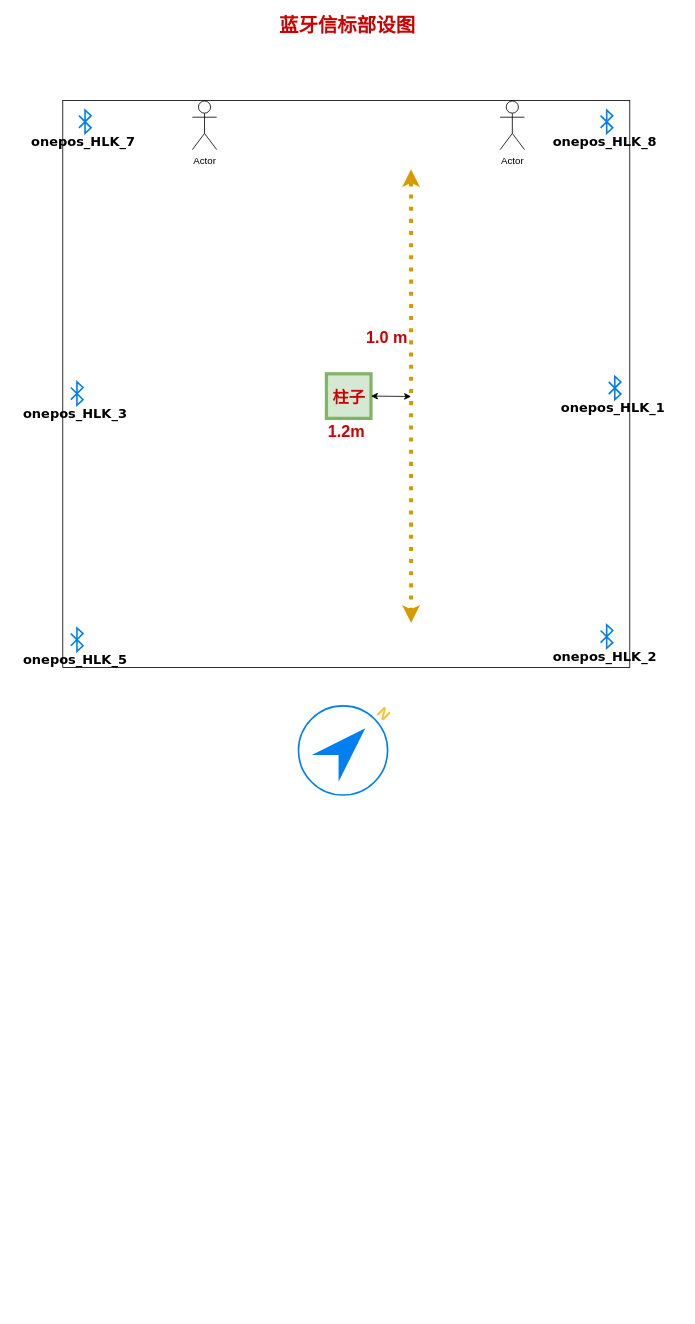
Joiner12/Position keeps this draw.io diagram as page "第 3 页" (3 of 3) of TotalStation/轨迹图.drawio. Above is the earlier version. Source tidied: cells renumbered, new cells numbered last; positions are measured from the earlier drawing's top-left corner, leaving out a move shared by most shapes. Both pictures are drawn from the tidied source at 81%, with x=0, y=0 at pixel (14, 17).
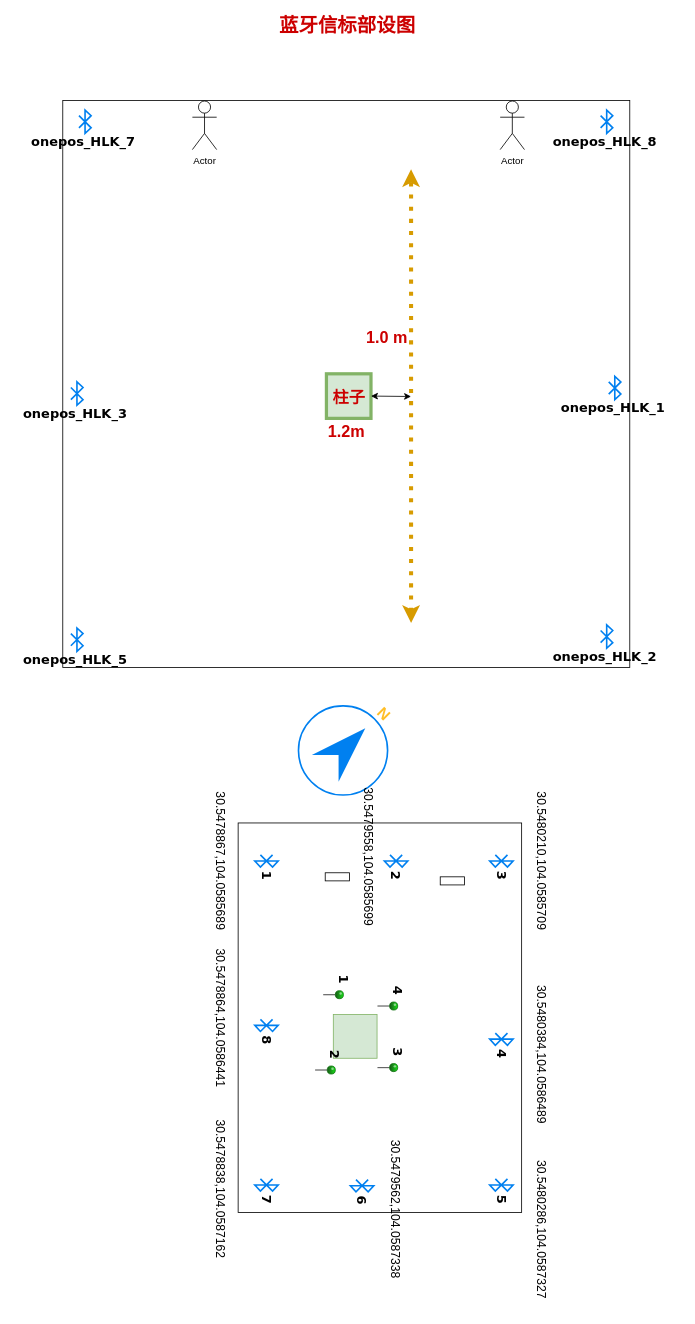
The same page after the edit.

Diff of the diagram source:
```diff
@@
+    <mxCell id="39" style="group;rotation=90;" parent="1" vertex="1">
+      <mxGeometry x="127" y="1060" width="654" height="416" as="geometry" />
+    </mxCell>
+    <mxCell id="40" style="rounded=0;whiteSpace=wrap;html=1;fontFamily=Verdana;fontSize=16;rotation=90;" parent="39" vertex="1">
+      <mxGeometry x="84" width="481" height="350" as="geometry" />
+    </mxCell>
+    <mxCell id="41" style="group;rotation=90;" parent="39" vertex="1">
+      <mxGeometry x="455" y="380" width="40" height="28.8" as="geometry" />
+    </mxCell>
+    <mxCell id="42" style="html=1;verticalLabelPosition=bottom;align=center;labelBackgroundColor=#ffffff;verticalAlign=top;strokeWidth=2;strokeColor=#0080F0;shadow=0;dashed=0;shape=mxgraph.ios7.icons.bluetooth;fontSize=14;fontStyle=1;fontFamily=Verdana;rotation=90;" parent="41" vertex="1">
+      <mxGeometry x="12" y="-13" width="15" height="28.8" as="geometry" />
+    </mxCell>
+    <mxCell id="43" value="5" style="text;html=1;align=center;verticalAlign=middle;fontSize=16;fontStyle=1;fontFamily=Verdana;rotation=90;" parent="41" vertex="1">
+      <mxGeometry x="5" y="9" width="30" height="20" as="geometry" />
+    </mxCell>
+    <mxCell id="44" style="group;rotation=90;" parent="39" vertex="1">
+      <mxGeometry x="455" y="200" width="40" height="28.8" as="geometry" />
+    </mxCell>
+    <mxCell id="45" style="html=1;verticalLabelPosition=bottom;align=center;labelBackgroundColor=#ffffff;verticalAlign=top;strokeWidth=2;strokeColor=#0080F0;shadow=0;dashed=0;shape=mxgraph.ios7.icons.bluetooth;fontSize=14;fontStyle=1;fontFamily=Verdana;rotation=90;" parent="44" vertex="1">
+      <mxGeometry x="12" y="-13" width="15" height="28.8" as="geometry" />
+    </mxCell>
+    <mxCell id="46" value="4" style="text;html=1;align=center;verticalAlign=middle;fontSize=16;fontStyle=1;fontFamily=Verdana;rotation=90;" parent="44" vertex="1">
+      <mxGeometry x="5" y="9" width="30" height="20" as="geometry" />
+    </mxCell>
+    <mxCell id="47" style="group;rotation=90;" parent="39" vertex="1">
+      <mxGeometry x="455" y="-20" width="40" height="28.8" as="geometry" />
+    </mxCell>
+    <mxCell id="48" style="html=1;verticalLabelPosition=bottom;align=center;labelBackgroundColor=#ffffff;verticalAlign=top;strokeWidth=2;strokeColor=#0080F0;shadow=0;dashed=0;shape=mxgraph.ios7.icons.bluetooth;fontSize=14;fontStyle=1;fontFamily=Verdana;rotation=90;" parent="47" vertex="1">
+      <mxGeometry x="12" y="-13" width="15" height="28.8" as="geometry" />
+    </mxCell>
+    <mxCell id="49" value="3" style="text;html=1;align=center;verticalAlign=middle;fontSize=16;fontStyle=1;fontFamily=Verdana;rotation=90;" parent="47" vertex="1">
+      <mxGeometry x="5" y="9" width="30" height="20" as="geometry" />
+    </mxCell>
+    <mxCell id="50" style="group;rotation=90;" parent="39" vertex="1">
+      <mxGeometry x="325" y="-20" width="40" height="28.8" as="geometry" />
+    </mxCell>
+    <mxCell id="51" style="html=1;verticalLabelPosition=bottom;align=center;labelBackgroundColor=#ffffff;verticalAlign=top;strokeWidth=2;strokeColor=#0080F0;shadow=0;dashed=0;shape=mxgraph.ios7.icons.bluetooth;fontSize=14;fontStyle=1;fontFamily=Verdana;rotation=90;" parent="50" vertex="1">
+      <mxGeometry x="12" y="-13" width="15" height="28.8" as="geometry" />
+    </mxCell>
+    <mxCell id="52" value="2" style="text;html=1;align=center;verticalAlign=middle;fontSize=16;fontStyle=1;fontFamily=Verdana;rotation=90;" parent="50" vertex="1">
+      <mxGeometry x="5" y="9" width="30" height="20" as="geometry" />
+    </mxCell>
+    <mxCell id="53" style="group;rotation=90;" parent="39" vertex="1">
+      <mxGeometry x="165" y="-20" width="40" height="28.8" as="geometry" />
+    </mxCell>
+    <mxCell id="54" style="html=1;verticalLabelPosition=bottom;align=center;labelBackgroundColor=#ffffff;verticalAlign=top;strokeWidth=2;strokeColor=#0080F0;shadow=0;dashed=0;shape=mxgraph.ios7.icons.bluetooth;fontSize=14;fontStyle=1;fontFamily=Verdana;rotation=90;" parent="53" vertex="1">
+      <mxGeometry x="12" y="-13" width="15" height="28.8" as="geometry" />
+    </mxCell>
+    <mxCell id="55" value="1" style="text;html=1;align=center;verticalAlign=middle;fontSize=16;fontStyle=1;fontFamily=Verdana;rotation=90;" parent="53" vertex="1">
+      <mxGeometry x="5" y="9" width="30" height="20" as="geometry" />
+    </mxCell>
+    <mxCell id="56" style="group;rotation=90;" parent="39" vertex="1">
+      <mxGeometry x="165" y="183" width="40" height="28.8" as="geometry" />
+    </mxCell>
+    <mxCell id="57" style="html=1;verticalLabelPosition=bottom;align=center;labelBackgroundColor=#ffffff;verticalAlign=top;strokeWidth=2;strokeColor=#0080F0;shadow=0;dashed=0;shape=mxgraph.ios7.icons.bluetooth;fontSize=14;fontStyle=1;fontFamily=Verdana;rotation=90;" parent="56" vertex="1">
+      <mxGeometry x="12" y="-13" width="15" height="28.8" as="geometry" />
+    </mxCell>
+    <mxCell id="58" value="8" style="text;html=1;align=center;verticalAlign=middle;fontSize=16;fontStyle=1;fontFamily=Verdana;rotation=90;" parent="56" vertex="1">
+      <mxGeometry x="5" y="9" width="30" height="20" as="geometry" />
+    </mxCell>
+    <mxCell id="59" style="group;rotation=90;" parent="39" vertex="1">
+      <mxGeometry x="165" y="380" width="40" height="28.8" as="geometry" />
+    </mxCell>
+    <mxCell id="60" style="html=1;verticalLabelPosition=bottom;align=center;labelBackgroundColor=#ffffff;verticalAlign=top;strokeWidth=2;strokeColor=#0080F0;shadow=0;dashed=0;shape=mxgraph.ios7.icons.bluetooth;fontSize=14;fontStyle=1;fontFamily=Verdana;rotation=90;" parent="59" vertex="1">
+      <mxGeometry x="12" y="-13" width="15" height="28.8" as="geometry" />
+    </mxCell>
+    <mxCell id="61" value="7" style="text;html=1;align=center;verticalAlign=middle;fontSize=16;fontStyle=1;fontFamily=Verdana;rotation=90;" parent="59" vertex="1">
+      <mxGeometry x="5" y="9" width="30" height="20" as="geometry" />
+    </mxCell>
+    <mxCell id="62" style="group;rotation=90;" parent="39" vertex="1">
+      <mxGeometry x="283" y="381" width="40" height="28.8" as="geometry" />
+    </mxCell>
+    <mxCell id="63" style="html=1;verticalLabelPosition=bottom;align=center;labelBackgroundColor=#ffffff;verticalAlign=top;strokeWidth=2;strokeColor=#0080F0;shadow=0;dashed=0;shape=mxgraph.ios7.icons.bluetooth;fontSize=14;fontStyle=1;fontFamily=Verdana;rotation=90;" parent="62" vertex="1">
+      <mxGeometry x="12" y="-13" width="15" height="28.8" as="geometry" />
+    </mxCell>
+    <mxCell id="64" value="6" style="text;html=1;align=center;verticalAlign=middle;fontSize=16;fontStyle=1;fontFamily=Verdana;rotation=90;" parent="62" vertex="1">
+      <mxGeometry x="5" y="9" width="30" height="20" as="geometry" />
+    </mxCell>
+    <mxCell id="65" style="whiteSpace=wrap;html=1;fillColor=#d5e8d4;fontFamily=Verdana;fontSize=16;strokeColor=#82b366;rotation=90;" parent="39" vertex="1">
+      <mxGeometry x="267" y="171" width="54" height="54" as="geometry" />
+    </mxCell>
+    <mxCell id="66" style="group;rotation=90;" parent="39" vertex="1">
+      <mxGeometry x="252" y="114" width="40" height="35" as="geometry" />
+    </mxCell>
+    <mxCell id="67" style="verticalLabelPosition=top;html=1;shadow=0;dashed=0;verticalAlign=bottom;strokeWidth=1;shape=mxgraph.ios.iPin;fillColor2=#00dd00;fillColor3=#004400;strokeColor=#006600;fillColor=#ffffff;fontFamily=Verdana;fontSize=16;rotation=90;" parent="66" vertex="1">
+      <mxGeometry x="10" y="20" width="10" height="25" as="geometry" />
+    </mxCell>
+    <mxCell id="68" value="1" style="text;html=1;align=center;verticalAlign=middle;fontSize=16;fontFamily=Verdana;fontStyle=1;rotation=90;" parent="66" vertex="1">
+      <mxGeometry x="13" y="3" width="30" height="20" as="geometry" />
+    </mxCell>
+    <mxCell id="69" style="group;rotation=90;" parent="39" vertex="1">
+      <mxGeometry x="319" y="128" width="40" height="35" as="geometry" />
+    </mxCell>
+    <mxCell id="70" style="verticalLabelPosition=top;html=1;shadow=0;dashed=0;verticalAlign=bottom;strokeWidth=1;shape=mxgraph.ios.iPin;fillColor2=#00dd00;fillColor3=#004400;strokeColor=#006600;fillColor=#ffffff;fontFamily=Verdana;fontSize=16;rotation=90;" parent="69" vertex="1">
+      <mxGeometry x="10" y="20" width="10" height="25" as="geometry" />
+    </mxCell>
+    <mxCell id="71" value="4" style="text;html=1;align=center;verticalAlign=middle;fontSize=16;fontFamily=Verdana;fontStyle=1;rotation=90;" parent="69" vertex="1">
+      <mxGeometry x="13" y="3" width="30" height="20" as="geometry" />
+    </mxCell>
+    <mxCell id="72" style="group;rotation=90;" parent="39" vertex="1">
+      <mxGeometry x="319" y="204" width="40" height="35" as="geometry" />
+    </mxCell>
+    <mxCell id="73" style="verticalLabelPosition=top;html=1;shadow=0;dashed=0;verticalAlign=bottom;strokeWidth=1;shape=mxgraph.ios.iPin;fillColor2=#00dd00;fillColor3=#004400;strokeColor=#006600;fillColor=#ffffff;fontFamily=Verdana;fontSize=16;rotation=90;" parent="72" vertex="1">
+      <mxGeometry x="10" y="20" width="10" height="25" as="geometry" />
+    </mxCell>
+    <mxCell id="74" value="3" style="text;html=1;align=center;verticalAlign=middle;fontSize=16;fontFamily=Verdana;fontStyle=1;rotation=90;" parent="72" vertex="1">
+      <mxGeometry x="13" y="3" width="30" height="20" as="geometry" />
+    </mxCell>
+    <mxCell id="75" style="group;rotation=90;" parent="39" vertex="1">
+      <mxGeometry x="242" y="207" width="40" height="35" as="geometry" />
+    </mxCell>
+    <mxCell id="76" style="verticalLabelPosition=top;html=1;shadow=0;dashed=0;verticalAlign=bottom;strokeWidth=1;shape=mxgraph.ios.iPin;fillColor2=#00dd00;fillColor3=#004400;strokeColor=#006600;fillColor=#ffffff;fontFamily=Verdana;fontSize=16;rotation=90;" parent="75" vertex="1">
+      <mxGeometry x="10" y="20" width="10" height="25" as="geometry" />
+    </mxCell>
+    <mxCell id="77" value="2" style="text;html=1;align=center;verticalAlign=middle;fontSize=16;fontFamily=Verdana;fontStyle=1;rotation=90;" parent="75" vertex="1">
+      <mxGeometry x="13" y="3" width="30" height="20" as="geometry" />
+    </mxCell>
+    <mxCell id="78" value="30.5478867,104.0585689" style="text;html=1;align=center;verticalAlign=middle;fontSize=15;fontColor=#000000;rotation=90;" parent="39" vertex="1">
+      <mxGeometry x="34" y="-29" width="190" height="20" as="geometry" />
+    </mxCell>
+    <mxCell id="79" value="30.5479558,104.0585699" style="text;html=1;align=center;verticalAlign=middle;fontSize=15;fontColor=#000000;rotation=90;" parent="39" vertex="1">
+      <mxGeometry x="216" y="-34" width="190" height="20" as="geometry" />
+    </mxCell>
+    <mxCell id="80" value="30.5480210,104.0585709" style="text;html=1;align=center;verticalAlign=middle;fontSize=15;fontColor=#000000;rotation=90;" parent="39" vertex="1">
+      <mxGeometry x="430" y="-29" width="190" height="20" as="geometry" />
+    </mxCell>
+    <mxCell id="81" value="30.5480384,104.0586489" style="text;html=1;align=center;verticalAlign=middle;fontSize=15;fontColor=#000000;rotation=90;" parent="39" vertex="1">
+      <mxGeometry x="430" y="210" width="190" height="20" as="geometry" />
+    </mxCell>
+    <mxCell id="82" value="30.5480286,104.0587327" style="text;html=1;align=center;verticalAlign=middle;fontSize=15;fontColor=#000000;rotation=90;" parent="39" vertex="1">
+      <mxGeometry x="430" y="426" width="190" height="20" as="geometry" />
+    </mxCell>
+    <mxCell id="83" value="30.5479562,104.0587338" style="text;html=1;align=center;verticalAlign=middle;fontSize=15;fontColor=#000000;rotation=90;" parent="39" vertex="1">
+      <mxGeometry x="250" y="401" width="190" height="20" as="geometry" />
+    </mxCell>
+    <mxCell id="84" value="30.5478838,104.0587162" style="text;html=1;align=center;verticalAlign=middle;fontSize=15;fontColor=#000000;rotation=90;" parent="39" vertex="1">
+      <mxGeometry x="34" y="376" width="190" height="20" as="geometry" />
+    </mxCell>
+    <mxCell id="85" value="30.5478864,104.0586441" style="text;html=1;align=center;verticalAlign=middle;fontSize=15;fontColor=#000000;rotation=90;" parent="39" vertex="1">
+      <mxGeometry x="34" y="165" width="190" height="20" as="geometry" />
+    </mxCell>
+    <mxCell id="86" style="rounded=0;whiteSpace=wrap;html=1;fontSize=15;fontColor=#000000;rotation=180;" parent="39" vertex="1">
+      <mxGeometry x="399" y="1" width="30" height="10" as="geometry" />
+    </mxCell>
+    <mxCell id="87" style="rounded=0;whiteSpace=wrap;html=1;fontSize=15;fontColor=#000000;rotation=180;" parent="39" vertex="1">
+      <mxGeometry x="257" y="-4" width="30" height="10" as="geometry" />
+    </mxCell>
```
